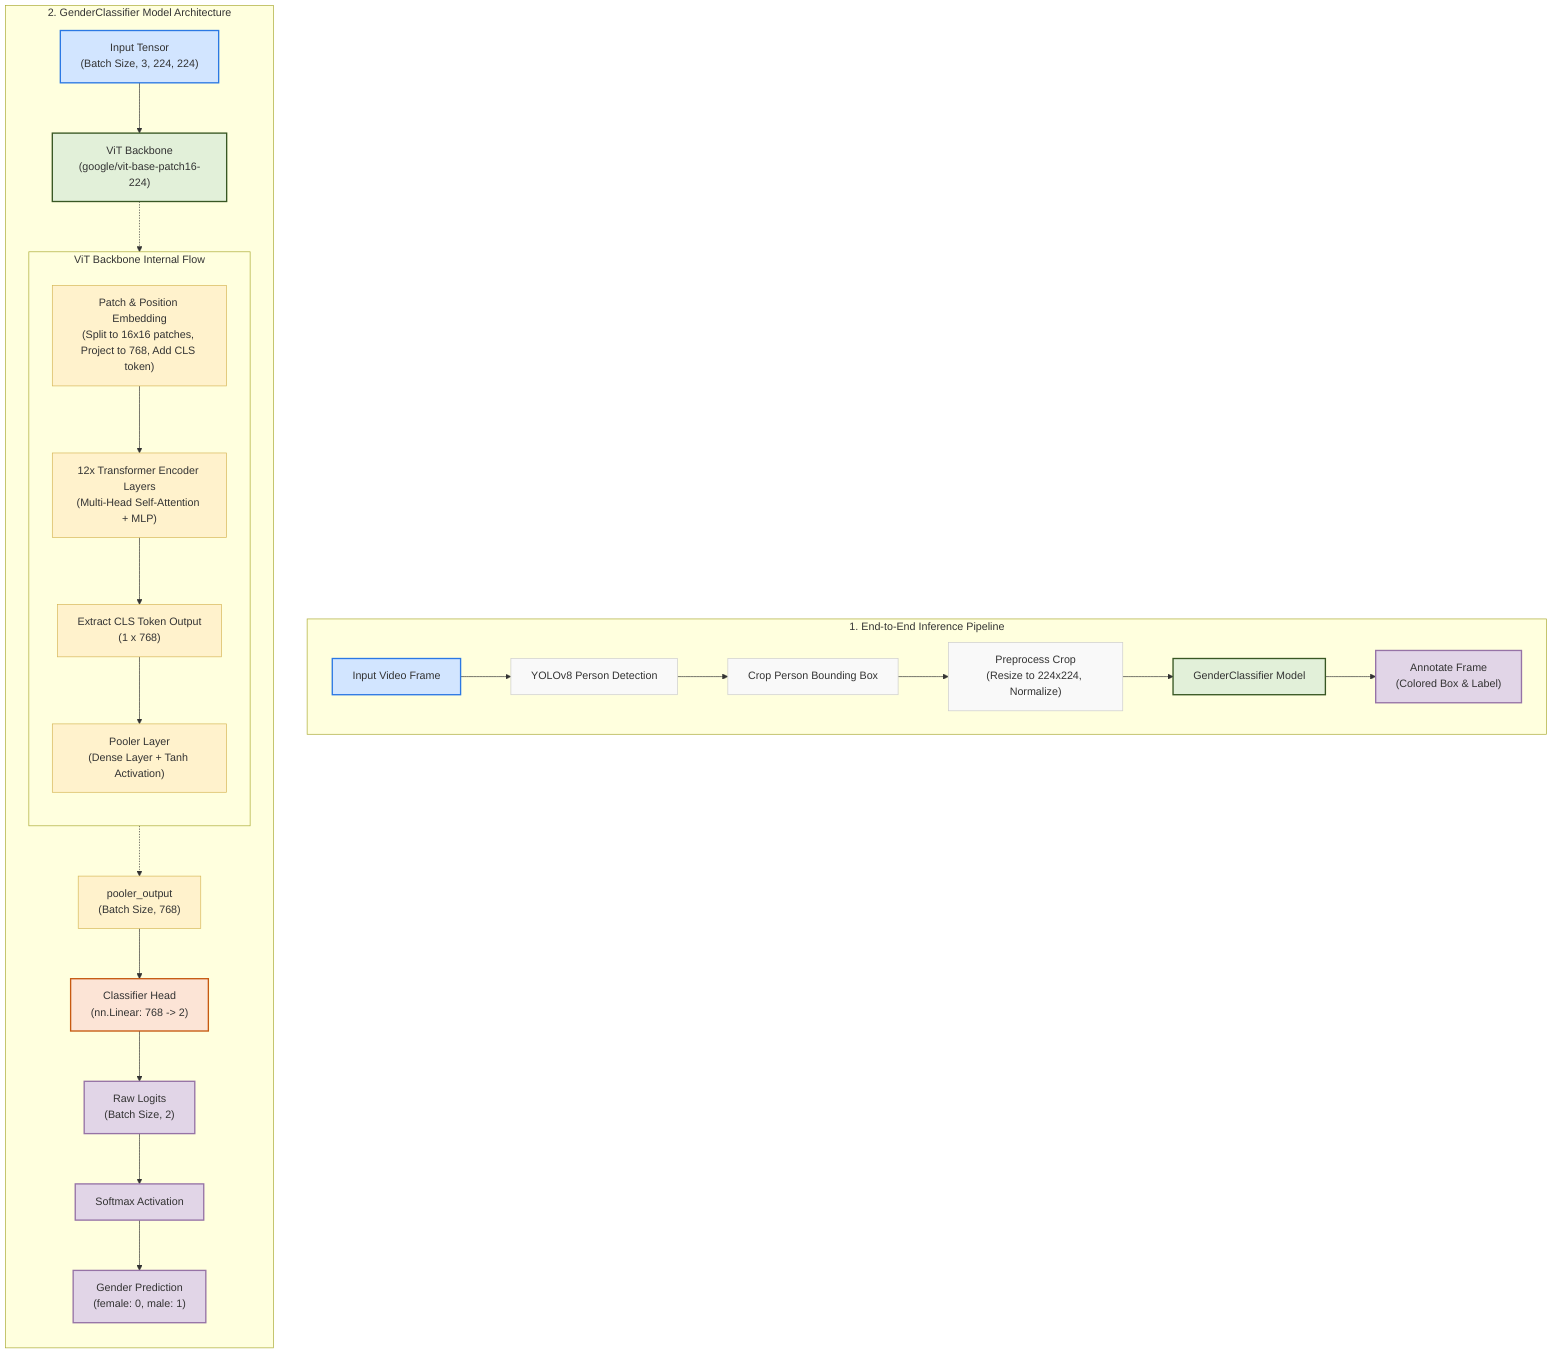
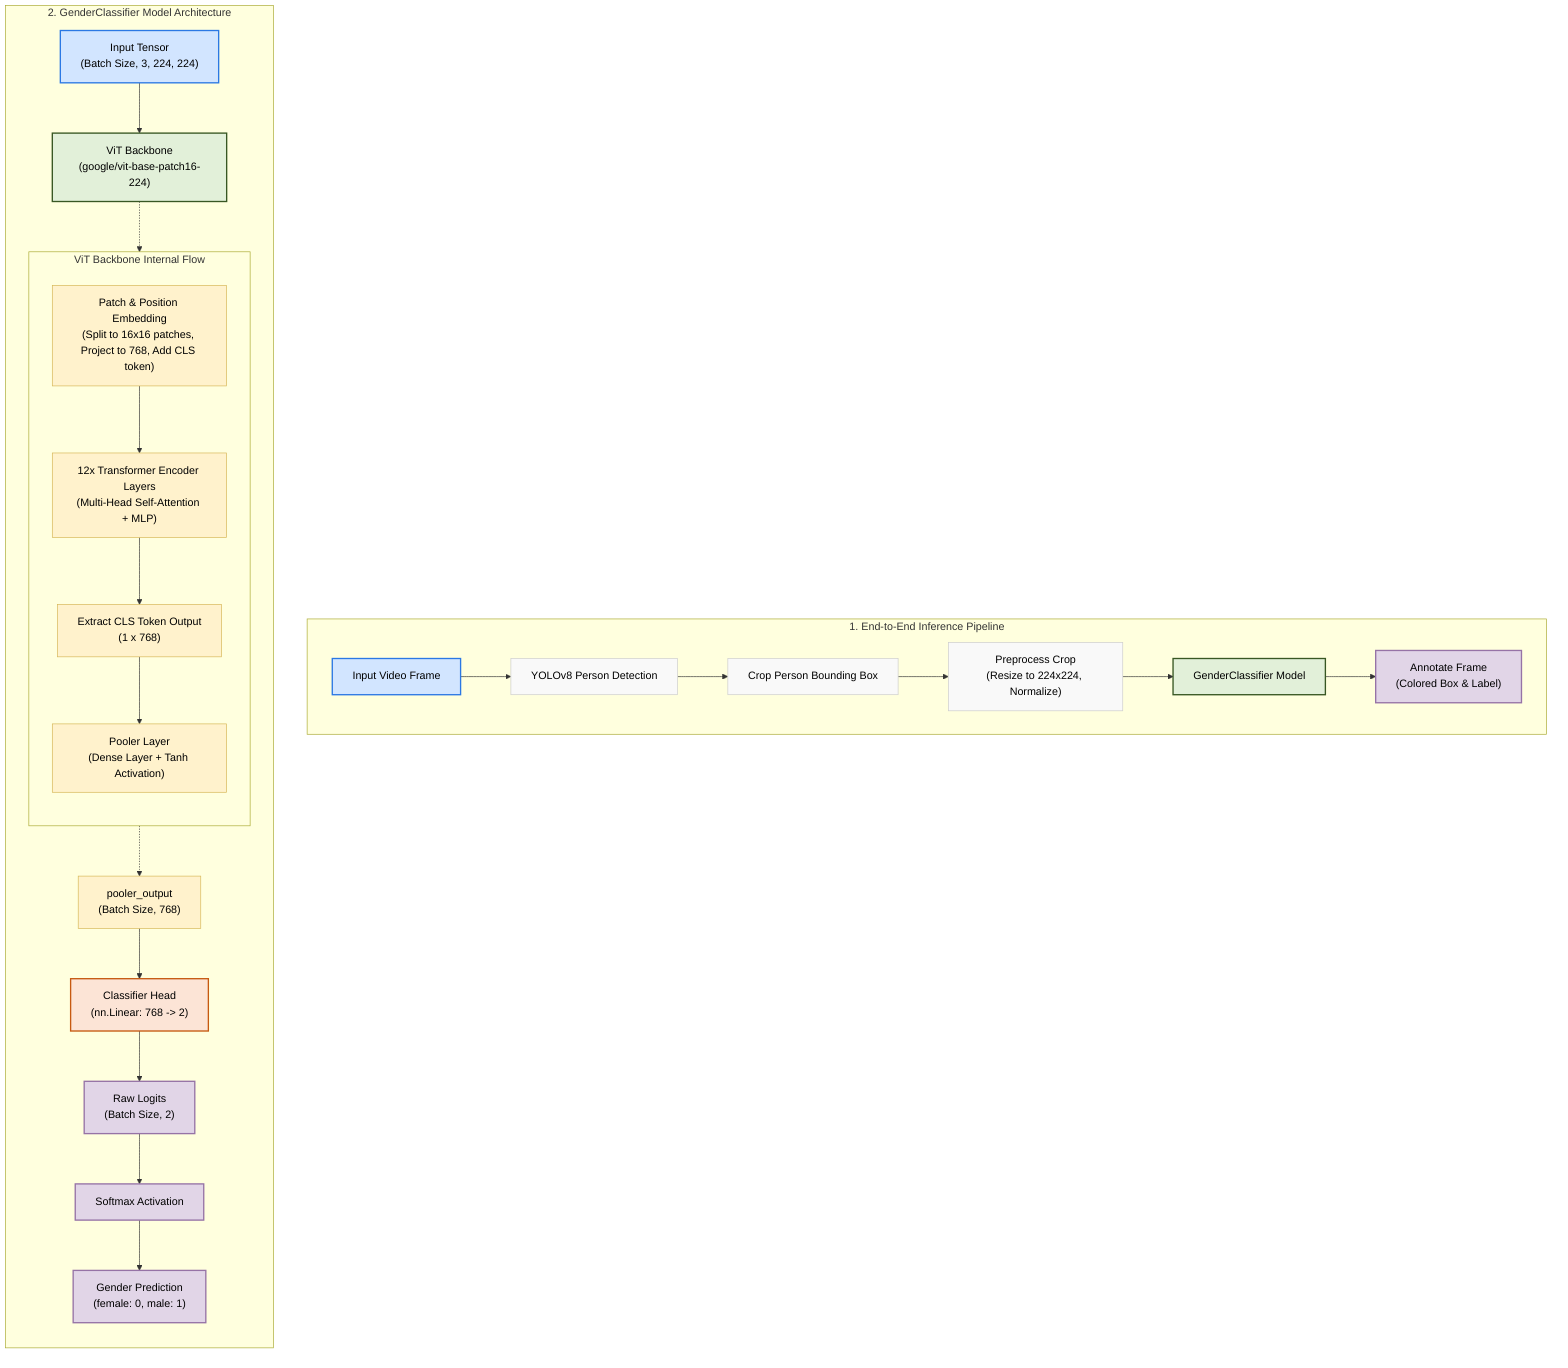
flowchart TB
    %% Styling
-     classDef input fill:#D2E5FF,stroke:#2B78E4,stroke-width:2px;
-     classDef process fill:#F9F9F9,stroke:#CCCCCC,stroke-width:1px;
-     classDef model fill:#E2F0D9,stroke:#385723,stroke-width:2px;
-     classDef layer fill:#FFF2CC,stroke:#D6B656,stroke-width:1px;
-     classDef head fill:#FCE4D6,stroke:#C65911,stroke-width:2px;
-     classDef output fill:#E1D5E7,stroke:#9673A6,stroke-width:2px;
+     classDef input fill:#D2E5FF,stroke:#2B78E4,stroke-width:2px,color:#000000;
+     classDef process fill:#F9F9F9,stroke:#CCCCCC,stroke-width:1px,color:#000000;
+     classDef model fill:#E2F0D9,stroke:#385723,stroke-width:2px,color:#000000;
+     classDef layer fill:#FFF2CC,stroke:#D6B656,stroke-width:1px,color:#000000;
+     classDef head fill:#FCE4D6,stroke:#C65911,stroke-width:2px,color:#000000;
+     classDef output fill:#E1D5E7,stroke:#9673A6,stroke-width:2px,color:#000000;

    subgraph InferencePipeline ["1. End-to-End Inference Pipeline"]
        direction LR
        Frame["Input Video Frame"]:::input --> Detection["YOLOv8 Person Detection"]:::process
        Detection --> Crop["Crop Person Bounding Box"]:::process
        Crop --> Preprocess["Preprocess Crop<br>(Resize to 224x224, Normalize)"]:::process
        Preprocess --> Classifier["GenderClassifier Model"]:::model
        Classifier --> Annotate["Annotate Frame<br>(Colored Box & Label)"]:::output
    end

    subgraph ModelArchitecture ["2. GenderClassifier Model Architecture"]
        direction TB
        InputTensor["Input Tensor<br>(Batch Size, 3, 224, 224)"]:::input --> ViT["ViT Backbone<br>(google/vit-base-patch16-224)"]:::model

        subgraph ViTDetails ["ViT Backbone Internal Flow"]
            direction TB
            Patchify["Patch & Position Embedding<br>(Split to 16x16 patches, Project to 768, Add CLS token)"]:::layer --> Encoder["12x Transformer Encoder Layers<br>(Multi-Head Self-Attention + MLP)"]:::layer
            Encoder --> CLS["Extract CLS Token Output<br>(1 x 768)"]:::layer
            CLS --> Pooler["Pooler Layer<br>(Dense Layer + Tanh Activation)"]:::layer
        end

        ViT -.-> Patchify
        Pooler -.-> PoolerOutput["pooler_output<br>(Batch Size, 768)"]:::layer

        PoolerOutput --> ClassifierHead["Classifier Head<br>(nn.Linear: 768 -> 2)"]:::head
        ClassifierHead --> Logits["Raw Logits<br>(Batch Size, 2)"]:::output
        Logits --> Softmax["Softmax Activation"]:::output
        Softmax --> FinalOutput["Gender Prediction<br>(female: 0, male: 1)"]:::output
    end
